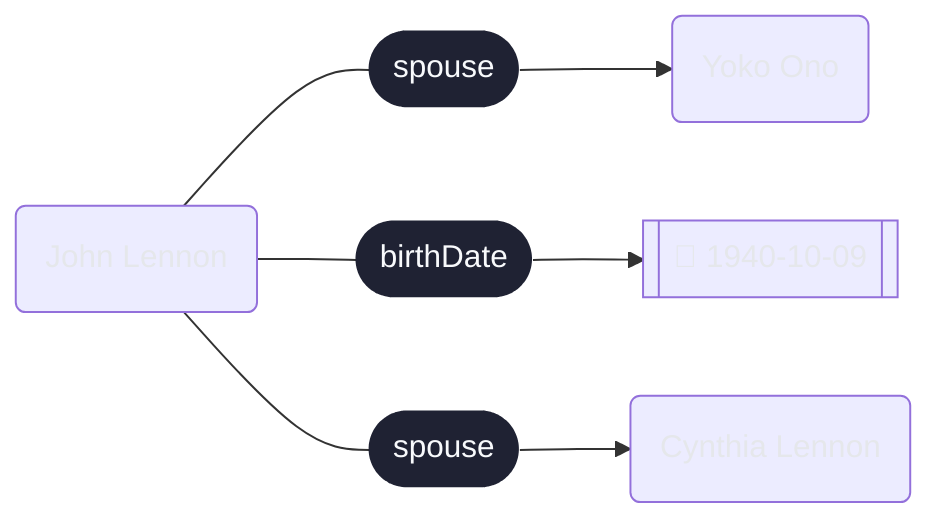
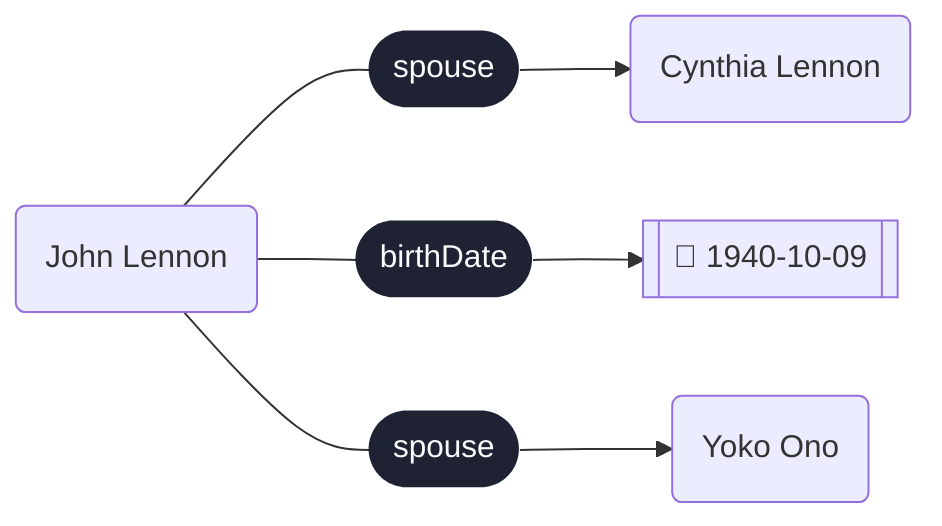
graph LR
-   http___dbpedia_org_resource_John_Lennon("John Lennon")
-   click http___dbpedia_org_resource_John_Lennon "http://dbpedia.org/resource/John_Lennon"
-   http___dbpedia_org_resource_Yoko_Ono("Yoko Ono")
-   click http___dbpedia_org_resource_Yoko_Ono "http://dbpedia.org/resource/Yoko_Ono"
-   http___dbpedia_org_resource_John_Lennon("John Lennon")
-   click http___dbpedia_org_resource_John_Lennon "http://dbpedia.org/resource/John_Lennon"
-   Literal-4649fa93775b9ab0c7a5e1bd15b6744a[["📅 1940-10-09"]]
  http___dbpedia_org_resource_John_Lennon("John Lennon")
  click http___dbpedia_org_resource_John_Lennon "http://dbpedia.org/resource/John_Lennon"
  http___dbpedia_org_resource_Cynthia_Lennon("Cynthia Lennon")
  click http___dbpedia_org_resource_Cynthia_Lennon "http://dbpedia.org/resource/Cynthia_Lennon"
-   http___dbpedia_org_resource_John_Lennon --- 203e23da021cfaec8fe3608f1809cc89(["spouse"])--> http___dbpedia_org_resource_Yoko_Ono
-   click 203e23da021cfaec8fe3608f1809cc89 "http://schema.org/spouse"
-   class 203e23da021cfaec8fe3608f1809cc89 predicate
-   http___dbpedia_org_resource_John_Lennon --- 1759f753de49b9a729174a0162121fbc(["birthDate"])--> Literal-4649fa93775b9ab0c7a5e1bd15b6744a
-   click 1759f753de49b9a729174a0162121fbc "http://schema.org/birthDate"
-   class 1759f753de49b9a729174a0162121fbc predicate
-   http___dbpedia_org_resource_John_Lennon --- 5467d103f69601bbafb5c89daa6ba9e2(["spouse"])--> http___dbpedia_org_resource_Cynthia_Lennon
-   click 5467d103f69601bbafb5c89daa6ba9e2 "http://schema.org/spouse"
-   class 5467d103f69601bbafb5c89daa6ba9e2 predicate
+   Literal-4649fa93775b[["📅 1940-10-09"]]
+   http___dbpedia_org_resource_Yoko_Ono("Yoko Ono")
+   click http___dbpedia_org_resource_Yoko_Ono "http://dbpedia.org/resource/Yoko_Ono"
+   http___dbpedia_org_resource_John_Lennon --- ccd6a52ef4f0(["spouse"])--> http___dbpedia_org_resource_Cynthia_Lennon
+   click ccd6a52ef4f0 "http://schema.org/spouse"
+   http___dbpedia_org_resource_John_Lennon --- ece8797f1934(["birthDate"])--> Literal-4649fa93775b
+   click ece8797f1934 "http://schema.org/birthDate"
+   http___dbpedia_org_resource_John_Lennon --- dc81cc5be03d(["spouse"])--> http___dbpedia_org_resource_Yoko_Ono
+   click dc81cc5be03d "http://schema.org/spouse"
  classDef predicate fill:#1f2233,stroke:transparent,color:#f8fafc,stroke-width:0px;
  classDef hidden fill:transparent,stroke:transparent,color:transparent,stroke-width:0px;
-   classDef label fill:transparent,stroke:transparent,color:#e5e7eb,stroke-width:0px;
  classDef nanopubdot fill:#0f172a,stroke:#0f172a,color:transparent,stroke-width:2px;
  classDef transparent fill:transparent,stroke:transparent,color:transparent,stroke-width:0px;
- 
+   class ccd6a52ef4f0,ece8797f1934,dc81cc5be03d predicate
